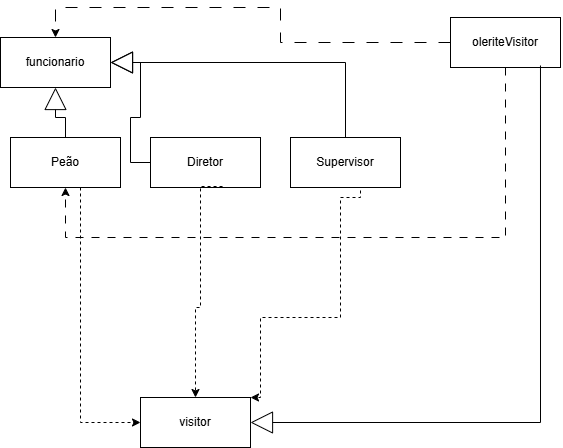
Before: diagrama_exercicio05.png, a diagram exported from draw.io (DanielPortes/exercicio05). Source tidied: cells renumbered, new cells last; positions are measured from the earlier drawing's top-left corner, leaving out a move shared by most shapes. Its diagram source:
```xml
<mxGraphModel>
  <root>
    <mxCell id="0" />
    <mxCell id="1" parent="0" />
    <mxCell id="2" value="funcionario" style="html=1;whiteSpace=wrap;" parent="1" vertex="1">
      <mxGeometry y="30" width="110" height="50" as="geometry" />
    </mxCell>
    <mxCell id="3" value="visitor" style="html=1;whiteSpace=wrap;" parent="1" vertex="1">
      <mxGeometry x="140" y="390" width="110" height="50" as="geometry" />
    </mxCell>
    <mxCell id="4" style="edgeStyle=orthogonalEdgeStyle;rounded=0;jettySize=auto;html=1;endArrow=block;endFill=0;endSize=20;" parent="1" edge="1" source="6" target="2">
      <mxGeometry relative="1" as="geometry" />
    </mxCell>
    <mxCell id="5" style="edgeStyle=orthogonalEdgeStyle;rounded=0;jettySize=auto;html=1;dashed=1;" parent="1" edge="1" source="6" target="3">
      <mxGeometry relative="1" as="geometry">
        <Array as="points">
          <mxPoint x="80" y="415" />
        </Array>
      </mxGeometry>
    </mxCell>
    <mxCell id="6" value="Peão" style="html=1;whiteSpace=wrap;" parent="1" vertex="1">
      <mxGeometry x="10" y="130" width="110" height="50" as="geometry" />
    </mxCell>
    <mxCell id="7" value="Diretor" style="html=1;whiteSpace=wrap;" parent="1" vertex="1">
      <mxGeometry x="150" y="130" width="110" height="50" as="geometry" />
    </mxCell>
    <mxCell id="8" value="Supervisor" style="html=1;whiteSpace=wrap;" parent="1" vertex="1">
      <mxGeometry x="290" y="130" width="110" height="50" as="geometry" />
    </mxCell>
    <mxCell id="9" style="edgeStyle=orthogonalEdgeStyle;rounded=0;jettySize=auto;html=1;endArrow=block;endFill=0;endSize=20;entryX=1;entryY=0.5;entryDx=0;entryDy=0;" parent="1" edge="1" source="7" target="2">
      <mxGeometry relative="1" as="geometry" />
    </mxCell>
    <mxCell id="10" style="edgeStyle=orthogonalEdgeStyle;rounded=0;jettySize=auto;html=1;endArrow=block;endFill=0;endSize=20;entryX=1;entryY=0.5;entryDx=0;entryDy=0;exitX=0.5;exitY=0;exitDx=0;exitDy=0;" parent="1" edge="1" source="8" target="2">
      <mxGeometry relative="1" as="geometry" />
    </mxCell>
    <mxCell id="11" style="edgeStyle=orthogonalEdgeStyle;rounded=0;jettySize=auto;html=1;dashed=1;dashPattern=8 8;" parent="1" edge="1" source="13" target="6">
      <mxGeometry relative="1" as="geometry">
        <Array as="points">
          <mxPoint x="505" y="230" />
          <mxPoint x="65" y="230" />
        </Array>
      </mxGeometry>
    </mxCell>
    <mxCell id="12" style="edgeStyle=orthogonalEdgeStyle;rounded=0;jettySize=auto;html=1;dashed=1;dashPattern=12 12;" parent="1" edge="1" source="13" target="2">
      <mxGeometry relative="1" as="geometry">
        <Array as="points">
          <mxPoint x="280" y="35" />
          <mxPoint x="280" />
          <mxPoint x="55" />
        </Array>
      </mxGeometry>
    </mxCell>
    <mxCell id="13" value="oleriteVisitor" style="html=1;whiteSpace=wrap;" parent="1" vertex="1">
      <mxGeometry x="450" y="10" width="110" height="50" as="geometry" />
    </mxCell>
    <mxCell id="14" style="edgeStyle=orthogonalEdgeStyle;rounded=0;jettySize=auto;html=1;endArrow=block;endFill=0;endSize=20;exitX=0.818;exitY=0.96;exitDx=0;exitDy=0;exitPerimeter=0;entryX=1;entryY=0.5;entryDx=0;entryDy=0;" parent="1" edge="1" source="13" target="3">
      <mxGeometry relative="1" as="geometry">
        <Array as="points">
          <mxPoint x="540" y="415" />
        </Array>
      </mxGeometry>
    </mxCell>
    <mxCell id="15" style="edgeStyle=orthogonalEdgeStyle;rounded=0;jettySize=auto;html=1;dashed=1;exitX=0.655;exitY=0.98;exitDx=0;exitDy=0;exitPerimeter=0;entryX=0.5;entryY=0;entryDx=0;entryDy=0;" parent="1" edge="1" source="7" target="3">
      <mxGeometry relative="1" as="geometry">
        <Array as="points">
          <mxPoint x="200" y="179" />
          <mxPoint x="200" y="300" />
          <mxPoint x="195" y="300" />
        </Array>
      </mxGeometry>
    </mxCell>
    <mxCell id="16" style="edgeStyle=orthogonalEdgeStyle;rounded=0;jettySize=auto;html=1;dashed=1;exitX=0.609;exitY=1;exitDx=0;exitDy=0;exitPerimeter=0;entryX=1;entryY=0;entryDx=0;entryDy=0;" parent="1" edge="1" source="8" target="3">
      <mxGeometry relative="1" as="geometry">
        <Array as="points">
          <mxPoint x="360" y="180" />
          <mxPoint x="360" y="190" />
          <mxPoint x="340" y="190" />
          <mxPoint x="340" y="310" />
          <mxPoint x="260" y="310" />
          <mxPoint x="260" y="390" />
        </Array>
      </mxGeometry>
    </mxCell>
  </root>
</mxGraphModel>
```
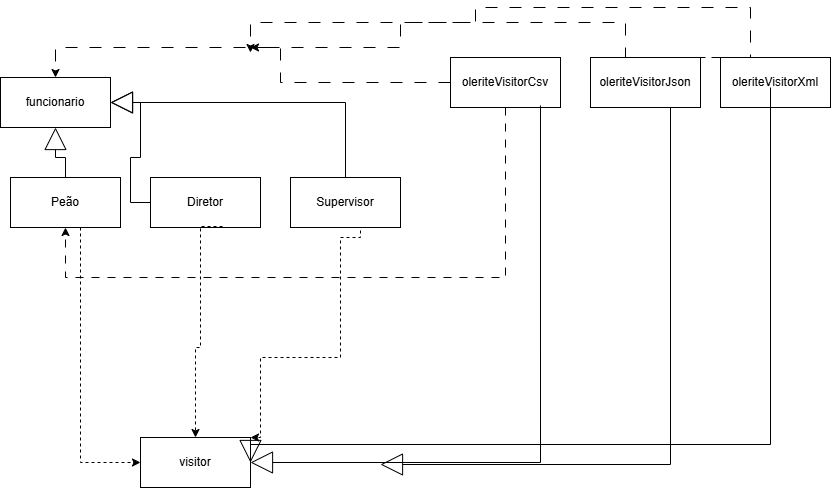
Later version of the same file.

Commit message:
Isto eh um commit automatico exercicio05

Change to the diagram source:
```diff
@@ -50,7 +50,7 @@
         </Array>
       </mxGeometry>
     </mxCell>
-    <mxCell id="13" value="oleriteVisitor" style="html=1;whiteSpace=wrap;" parent="1" vertex="1">
+    <mxCell id="13" value="oleriteVisitorCsv" style="html=1;whiteSpace=wrap;" parent="1" vertex="1">
       <mxGeometry x="450" y="10" width="110" height="50" as="geometry" />
     </mxCell>
     <mxCell id="14" style="edgeStyle=orthogonalEdgeStyle;rounded=0;jettySize=auto;html=1;endArrow=block;endFill=0;endSize=20;exitX=0.818;exitY=0.96;exitDx=0;exitDy=0;exitPerimeter=0;entryX=1;entryY=0.5;entryDx=0;entryDy=0;" parent="1" edge="1" source="13" target="3">
@@ -81,5 +81,53 @@
         </Array>
       </mxGeometry>
     </mxCell>
+    <mxCell id="17" value="oleriteVisitorJson" style="html=1;whiteSpace=wrap;" parent="1" vertex="1">
+      <mxGeometry x="590" y="10" width="110" height="50" as="geometry" />
+    </mxCell>
+    <mxCell id="18" value="oleriteVisitorXml" style="html=1;whiteSpace=wrap;" parent="1" vertex="1">
+      <mxGeometry x="720" y="10" width="110" height="50" as="geometry" />
+    </mxCell>
+    <mxCell id="19" style="edgeStyle=orthogonalEdgeStyle;rounded=0;orthogonalLoop=1;jettySize=auto;html=1;endArrow=block;endFill=0;endSize=20;exitX=0.818;exitY=0.96;exitDx=0;exitDy=0;exitPerimeter=0;entryX=1;entryY=0.5;entryDx=0;entryDy=0;" parent="1" edge="1">
+      <mxGeometry relative="1" as="geometry">
+        <mxPoint x="670" y="60" as="sourcePoint" />
+        <mxPoint x="380" y="417" as="targetPoint" />
+        <Array as="points">
+          <mxPoint x="670" y="417" />
+        </Array>
+      </mxGeometry>
+    </mxCell>
+    <mxCell id="20" style="edgeStyle=orthogonalEdgeStyle;rounded=0;jettySize=auto;html=1;endArrow=block;endFill=0;endSize=20;exitX=0.818;exitY=0.96;exitDx=0;exitDy=0;exitPerimeter=0;entryX=1;entryY=0.5;entryDx=0;entryDy=0;" parent="1" edge="1" target="3">
+      <mxGeometry relative="1" as="geometry">
+        <mxPoint x="770" y="40" as="sourcePoint" />
+        <Array as="points">
+          <mxPoint x="770" y="397" />
+          <mxPoint x="250" y="397" />
+        </Array>
+      </mxGeometry>
+    </mxCell>
+    <mxCell id="21" style="edgeStyle=orthogonalEdgeStyle;rounded=0;orthogonalLoop=1;jettySize=auto;html=1;dashed=1;dashPattern=12 12;" parent="1" edge="1">
+      <mxGeometry relative="1" as="geometry">
+        <mxPoint x="645" y="10" as="sourcePoint" />
+        <mxPoint x="250" y="5" as="targetPoint" />
+        <Array as="points">
+          <mxPoint x="750" y="10" />
+          <mxPoint x="750" y="-40" />
+          <mxPoint x="475" y="-40" />
+          <mxPoint x="475" y="-25" />
+          <mxPoint x="250" y="-25" />
+        </Array>
+      </mxGeometry>
+    </mxCell>
+    <mxCell id="22" style="edgeStyle=orthogonalEdgeStyle;rounded=0;orthogonalLoop=1;jettySize=auto;html=1;dashed=1;dashPattern=12 12;" parent="1" edge="1">
+      <mxGeometry relative="1" as="geometry">
+        <mxPoint x="795" y="10" as="sourcePoint" />
+        <mxPoint x="250" as="targetPoint" />
+        <Array as="points">
+          <mxPoint x="625" y="10" />
+          <mxPoint x="625" y="-25" />
+          <mxPoint x="400" y="-25" />
+        </Array>
+      </mxGeometry>
+    </mxCell>
   </root>
 </mxGraphModel>
```
